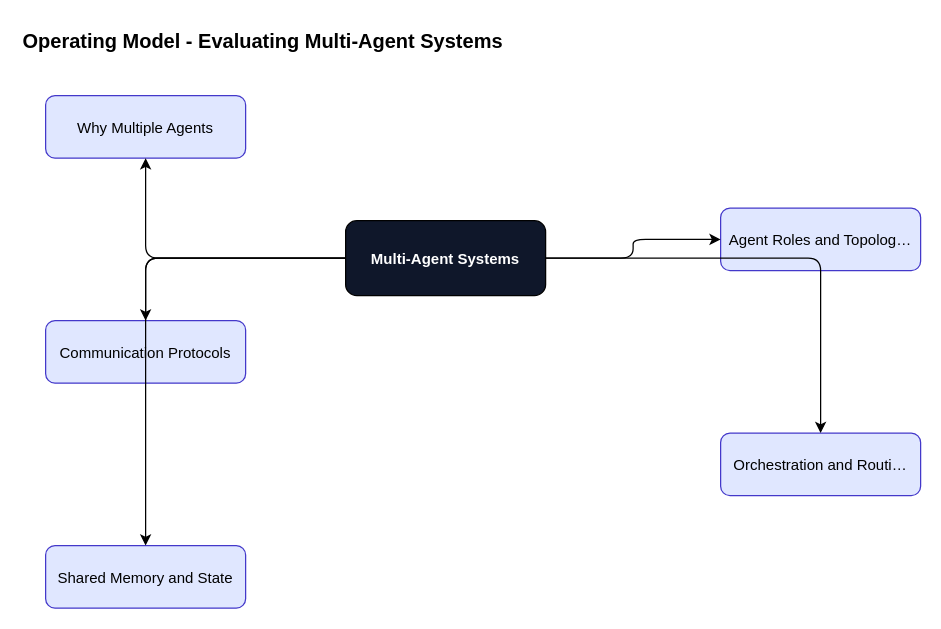
Earlier version of the draw.io diagram content/multi-agent-systems/multi-agent-systems-foundations/diagrams/fig-013-operating-model.drawio (ankit05121980/AI-University). Source tidied: cells renumbered, new cells numbered last; positions are measured from the earlier drawing's top-left corner, leaving out a move shared by most shapes. Both pictures are drawn from the tidied source at 125%, with x=0, y=0 at pixel (20, 20).
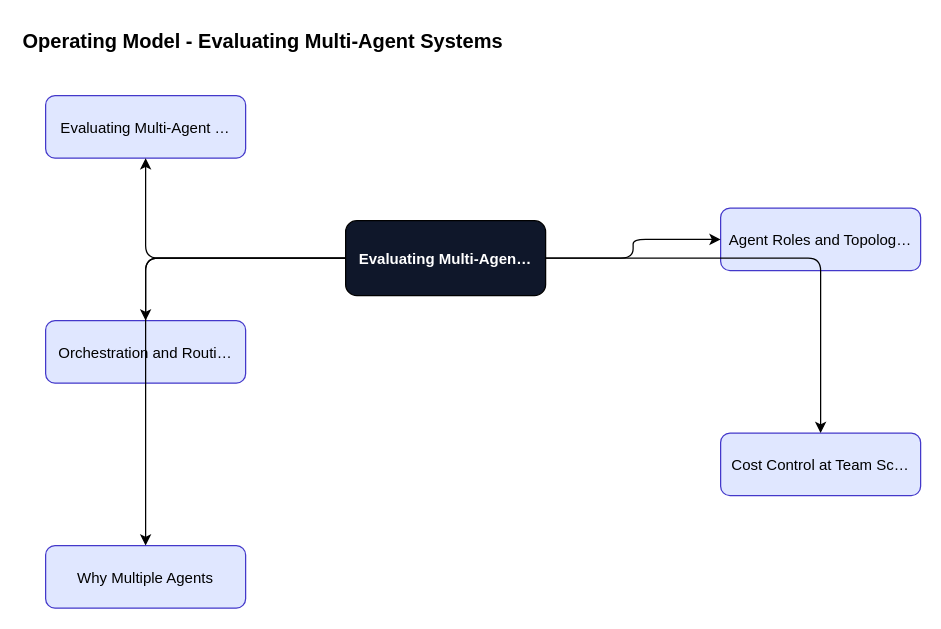
After the change.

The edit, as a diff of the source:
```diff
@@
 <mxGraphModel>
   <root>
     <mxCell id="0" />
     <mxCell id="1" parent="0" />
     <mxCell id="2" value="Operating Model - Evaluating Multi-Agent Systems" style="text;fontSize=16;fontStyle=1;" parent="1" vertex="1">
       <mxGeometry width="600" height="30" as="geometry" />
     </mxCell>
-    <mxCell id="3" value="Multi-Agent Systems" style="rounded=1;fillColor=#0f172a;fontColor=#ffffff;fontStyle=1;" parent="1" vertex="1">
+    <mxCell id="3" value="Evaluating Multi-Agen…" style="rounded=1;fillColor=#0f172a;fontColor=#ffffff;fontStyle=1;" parent="1" vertex="1">
       <mxGeometry x="260" y="160" width="160" height="60" as="geometry" />
     </mxCell>
-    <mxCell id="4" value="Why Multiple Agents" style="rounded=1;fillColor=#e0e7ff;strokeColor=#4338ca;" parent="1" vertex="1">
+    <mxCell id="4" value="Evaluating Multi-Agent …" style="rounded=1;fillColor=#e0e7ff;strokeColor=#4338ca;" parent="1" vertex="1">
       <mxGeometry x="20" y="60" width="160" height="50" as="geometry" />
     </mxCell>
     <mxCell id="5" style="edgeStyle=orthogonalEdgeStyle;" parent="1" edge="1" source="3" target="4">
       <mxGeometry relative="1" as="geometry" />
     </mxCell>
     <mxCell id="6" value="Agent Roles and Topolog…" style="rounded=1;fillColor=#e0e7ff;strokeColor=#4338ca;" parent="1" vertex="1">
       <mxGeometry x="560" y="150" width="160" height="50" as="geometry" />
     </mxCell>
     <mxCell id="7" style="edgeStyle=orthogonalEdgeStyle;" parent="1" edge="1" source="3" target="6">
       <mxGeometry relative="1" as="geometry" />
     </mxCell>
-    <mxCell id="8" value="Communication Protocols" style="rounded=1;fillColor=#e0e7ff;strokeColor=#4338ca;" parent="1" vertex="1">
+    <mxCell id="8" value="Orchestration and Routi…" style="rounded=1;fillColor=#e0e7ff;strokeColor=#4338ca;" parent="1" vertex="1">
       <mxGeometry x="20" y="240" width="160" height="50" as="geometry" />
     </mxCell>
     <mxCell id="9" style="edgeStyle=orthogonalEdgeStyle;" parent="1" edge="1" source="3" target="8">
       <mxGeometry relative="1" as="geometry" />
     </mxCell>
-    <mxCell id="10" value="Orchestration and Routi…" style="rounded=1;fillColor=#e0e7ff;strokeColor=#4338ca;" parent="1" vertex="1">
+    <mxCell id="10" value="Cost Control at Team Sc…" style="rounded=1;fillColor=#e0e7ff;strokeColor=#4338ca;" parent="1" vertex="1">
       <mxGeometry x="560" y="330" width="160" height="50" as="geometry" />
     </mxCell>
     <mxCell id="11" style="edgeStyle=orthogonalEdgeStyle;" parent="1" edge="1" source="3" target="10">
       <mxGeometry relative="1" as="geometry" />
     </mxCell>
-    <mxCell id="12" value="Shared Memory and State" style="rounded=1;fillColor=#e0e7ff;strokeColor=#4338ca;" parent="1" vertex="1">
+    <mxCell id="12" value="Why Multiple Agents" style="rounded=1;fillColor=#e0e7ff;strokeColor=#4338ca;" parent="1" vertex="1">
       <mxGeometry x="20" y="420" width="160" height="50" as="geometry" />
     </mxCell>
     <mxCell id="13" style="edgeStyle=orthogonalEdgeStyle;" parent="1" edge="1" source="3" target="12">
       <mxGeometry relative="1" as="geometry" />
     </mxCell>
   </root>
 </mxGraphModel>
```
